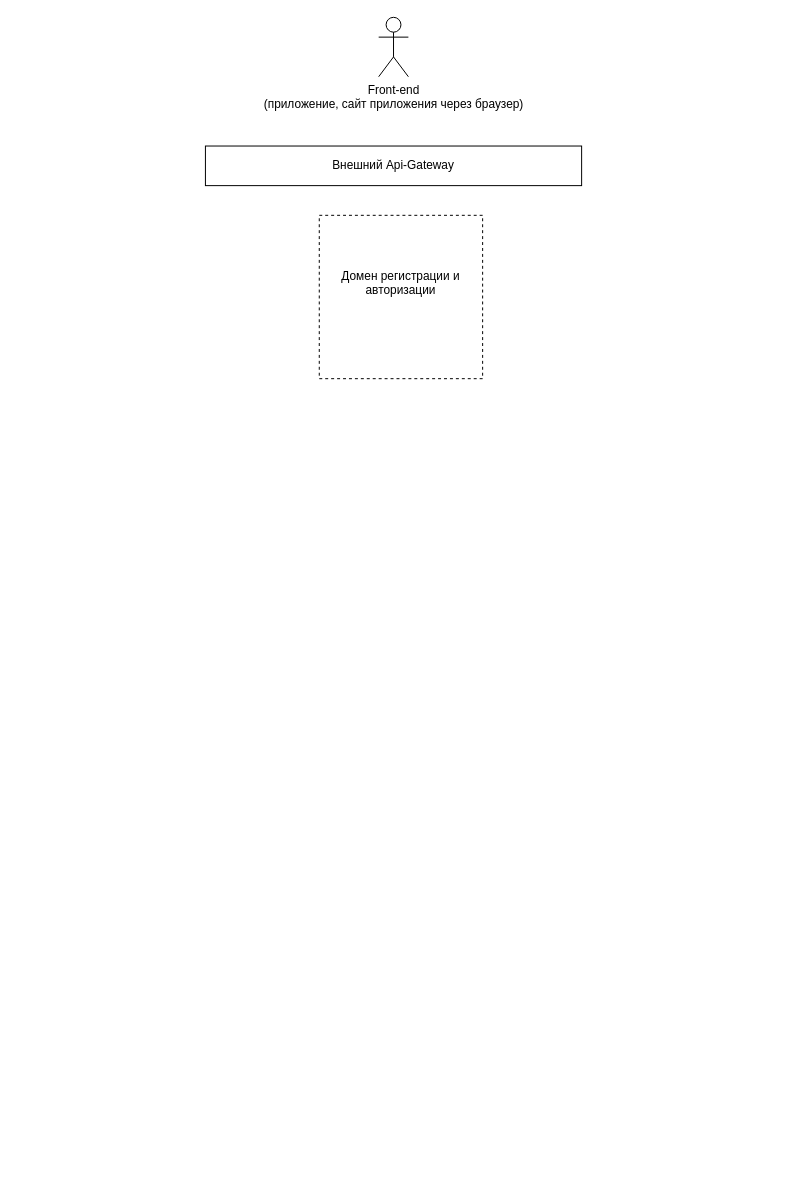
Before: часть_13_диаграмма.drawio in mariia10/diplom_software_arch, a draw.io diagram. Source tidied: cells renumbered, new cells numbered last; positions are measured from the earlier drawing's top-left corner, leaving out a move shared by most shapes. Both pictures are drawn from the tidied source at 99%, with x=0, y=0 at pixel (205, 17).
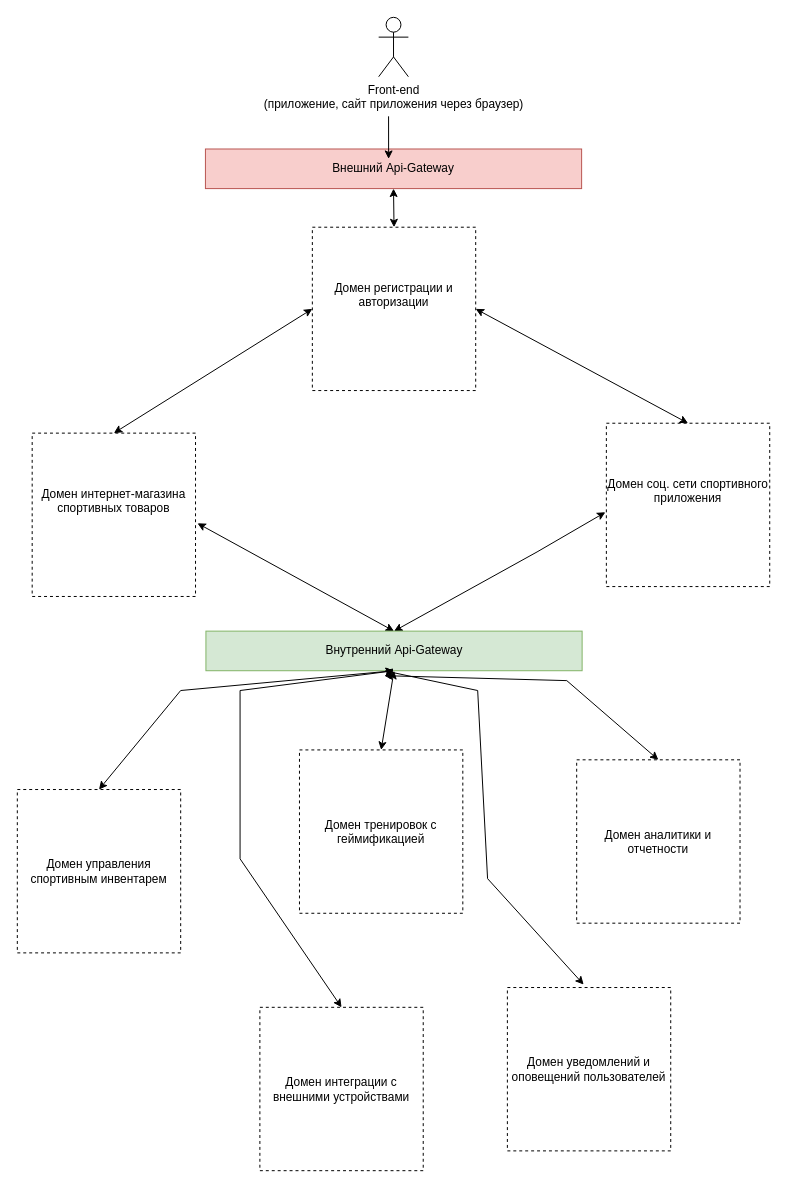
Above is the later version.

Diff of the diagram source:
```diff
@@
-    <mxCell id="3" value="Внешний Api-Gateway" style="rounded=0;whiteSpace=wrap;html=1;fillColor=none;" parent="1" vertex="1">
-      <mxGeometry y="130" width="380" height="40" as="geometry" />
+    <mxCell id="3" value="Внешний Api-Gateway" style="rounded=0;whiteSpace=wrap;html=1;fillColor=#f8cecc;strokeColor=#b85450;" parent="1" vertex="1">
+      <mxGeometry y="133" width="380" height="40" as="geometry" />
     </mxCell>
     <mxCell id="4" value="Домен регистрации и авторизации&lt;div&gt;&lt;br&gt;&lt;/div&gt;&lt;div&gt;&lt;br&gt;&lt;/div&gt;" style="whiteSpace=wrap;html=1;dashed=1;fillColor=none;" parent="1" vertex="1">
-      <mxGeometry x="115" y="200" width="165" height="165" as="geometry" />
+      <mxGeometry x="108" y="212" width="165" height="165" as="geometry" />
     </mxCell>
+    <mxCell id="5" value="Домен интернет-магазина спортивных товаров&lt;div&gt;&lt;br&gt;&lt;/div&gt;&lt;div&gt;&lt;br&gt;&lt;/div&gt;" style="whiteSpace=wrap;html=1;dashed=1;fillColor=none;" parent="1" vertex="1">
+      <mxGeometry x="-175" y="420" width="165" height="165" as="geometry" />
+    </mxCell>
+    <mxCell id="6" value="Домен соц. сети спортивного приложения&lt;div&gt;&lt;br&gt;&lt;/div&gt;&lt;div&gt;&lt;br&gt;&lt;/div&gt;" style="whiteSpace=wrap;html=1;dashed=1;fillColor=none;" parent="1" vertex="1">
+      <mxGeometry x="405" y="410" width="165" height="165" as="geometry" />
+    </mxCell>
+    <mxCell id="7" value="&lt;div&gt;Домен управления спортивным инвентарем&lt;/div&gt;" style="whiteSpace=wrap;html=1;dashed=1;fillColor=none;" parent="1" vertex="1">
+      <mxGeometry x="-190" y="780" width="165" height="165" as="geometry" />
+    </mxCell>
+    <mxCell id="8" value="&lt;div&gt;Домен тренировок с геймификацией&lt;/div&gt;" style="whiteSpace=wrap;html=1;dashed=1;fillColor=none;" parent="1" vertex="1">
+      <mxGeometry x="95" y="740" width="165" height="165" as="geometry" />
+    </mxCell>
+    <mxCell id="9" value="&lt;div&gt;Домен аналитики и отчетности&lt;/div&gt;" style="whiteSpace=wrap;html=1;dashed=1;fillColor=none;" parent="1" vertex="1">
+      <mxGeometry x="375" y="750" width="165" height="165" as="geometry" />
+    </mxCell>
+    <mxCell id="10" value="&lt;div&gt;Домен интеграции с внешними устройствами&lt;/div&gt;" style="whiteSpace=wrap;html=1;dashed=1;fillColor=none;" parent="1" vertex="1">
+      <mxGeometry x="55" y="1000" width="165" height="165" as="geometry" />
+    </mxCell>
+    <mxCell id="11" style="endArrow=classic;html=1;rounded=0;entryX=0.487;entryY=0.25;entryDx=0;entryDy=0;entryPerimeter=0;" parent="1" edge="1" target="3">
+      <mxGeometry relative="1" as="geometry">
+        <mxPoint x="185" y="100" as="sourcePoint" />
+      </mxGeometry>
+    </mxCell>
+    <mxCell id="12" value="&lt;div&gt;Домен уведомлений и оповещений пользователей&lt;/div&gt;" style="whiteSpace=wrap;html=1;dashed=1;fillColor=none;" parent="1" vertex="1">
+      <mxGeometry x="305" y="980" width="165" height="165" as="geometry" />
+    </mxCell>
+    <mxCell id="13" style="endArrow=classic;startArrow=classic;html=1;rounded=0;entryX=0.5;entryY=1;entryDx=0;entryDy=0;exitX=0.5;exitY=0;exitDx=0;exitDy=0;" parent="1" edge="1" source="4" target="3">
+      <mxGeometry relative="1" as="geometry" />
+    </mxCell>
+    <mxCell id="14" style="endArrow=classic;startArrow=classic;html=1;rounded=0;exitX=0;exitY=0.5;exitDx=0;exitDy=0;entryX=0.5;entryY=0;entryDx=0;entryDy=0;" parent="1" edge="1" source="4" target="5">
+      <mxGeometry relative="1" as="geometry" />
+    </mxCell>
+    <mxCell id="15" style="endArrow=classic;startArrow=classic;html=1;rounded=0;exitX=1;exitY=0.5;exitDx=0;exitDy=0;entryX=0.5;entryY=0;entryDx=0;entryDy=0;" parent="1" edge="1" source="4" target="6">
+      <mxGeometry relative="1" as="geometry" />
+    </mxCell>
+    <mxCell id="16" style="endArrow=classic;startArrow=classic;html=1;rounded=0;exitX=0.5;exitY=0;exitDx=0;exitDy=0;entryX=-0.006;entryY=0.545;entryDx=0;entryDy=0;entryPerimeter=0;" parent="1" edge="1" source="18" target="6">
+      <mxGeometry relative="1" as="geometry">
+        <Array as="points">
+          <mxPoint x="335" y="540" />
+        </Array>
+      </mxGeometry>
+    </mxCell>
+    <mxCell id="17" style="endArrow=classic;startArrow=classic;html=1;rounded=0;exitX=1.012;exitY=0.552;exitDx=0;exitDy=0;entryX=0.5;entryY=0;entryDx=0;entryDy=0;exitPerimeter=0;" parent="1" edge="1" source="5" target="18">
+      <mxGeometry relative="1" as="geometry" />
+    </mxCell>
+    <mxCell id="18" value="Внутренний Api-Gateway" style="rounded=0;whiteSpace=wrap;html=1;fillColor=#d5e8d4;strokeColor=#82b366;" parent="1" vertex="1">
+      <mxGeometry x="0.5" y="620" width="380" height="40" as="geometry" />
+    </mxCell>
+    <mxCell id="19" style="endArrow=classic;startArrow=classic;html=1;rounded=0;entryX=0.5;entryY=1;entryDx=0;entryDy=0;exitX=0.5;exitY=0;exitDx=0;exitDy=0;" parent="1" edge="1" source="7" target="18">
+      <mxGeometry relative="1" as="geometry">
+        <Array as="points">
+          <mxPoint x="-25" y="680" />
+        </Array>
+      </mxGeometry>
+    </mxCell>
+    <mxCell id="20" style="endArrow=classic;startArrow=classic;html=1;rounded=0;exitX=0.5;exitY=0;exitDx=0;exitDy=0;entryX=0.5;entryY=1;entryDx=0;entryDy=0;" parent="1" edge="1" source="8" target="18">
+      <mxGeometry relative="1" as="geometry" />
+    </mxCell>
+    <mxCell id="21" style="endArrow=classic;startArrow=classic;html=1;rounded=0;entryX=0.474;entryY=1.125;entryDx=0;entryDy=0;entryPerimeter=0;exitX=0.5;exitY=0;exitDx=0;exitDy=0;" parent="1" edge="1" source="9" target="18">
+      <mxGeometry relative="1" as="geometry">
+        <Array as="points">
+          <mxPoint x="365" y="670" />
+        </Array>
+      </mxGeometry>
+    </mxCell>
+    <mxCell id="22" style="endArrow=classic;startArrow=classic;html=1;rounded=0;exitX=0.474;exitY=1;exitDx=0;exitDy=0;exitPerimeter=0;entryX=0.467;entryY=-0.018;entryDx=0;entryDy=0;entryPerimeter=0;" parent="1" edge="1" source="18" target="12">
+      <mxGeometry relative="1" as="geometry">
+        <Array as="points">
+          <mxPoint x="275" y="680" />
+          <mxPoint x="285" y="870" />
+        </Array>
+      </mxGeometry>
+    </mxCell>
+    <mxCell id="23" style="endArrow=classic;startArrow=classic;html=1;rounded=0;entryX=0.5;entryY=0;entryDx=0;entryDy=0;exitX=0.5;exitY=1;exitDx=0;exitDy=0;" parent="1" edge="1" source="18" target="10">
+      <mxGeometry relative="1" as="geometry">
+        <Array as="points">
+          <mxPoint x="35" y="680" />
+          <mxPoint x="35" y="850" />
+        </Array>
+      </mxGeometry>
+    </mxCell>
```
